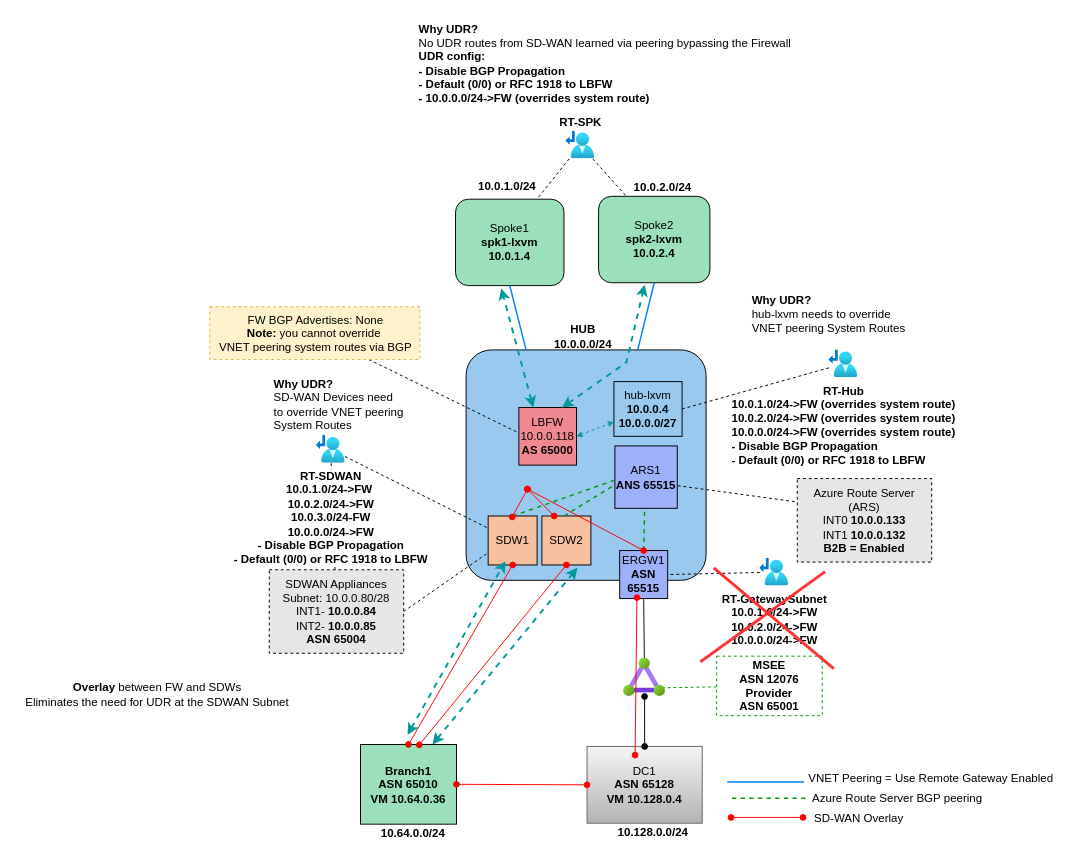
Before: page "Scenario2-ARS+UDR" (2 of 5) of sd-wan-inspection/diagram.drawio in dmauser/azure-hub-spoke, a draw.io diagram. Source tidied: cells renumbered, new cells numbered last; positions are measured from the earlier drawing's top-left corner, leaving out a move shared by most shapes. Both pictures are drawn from the tidied source at 96%, with x=0, y=0 at pixel (16, 16).
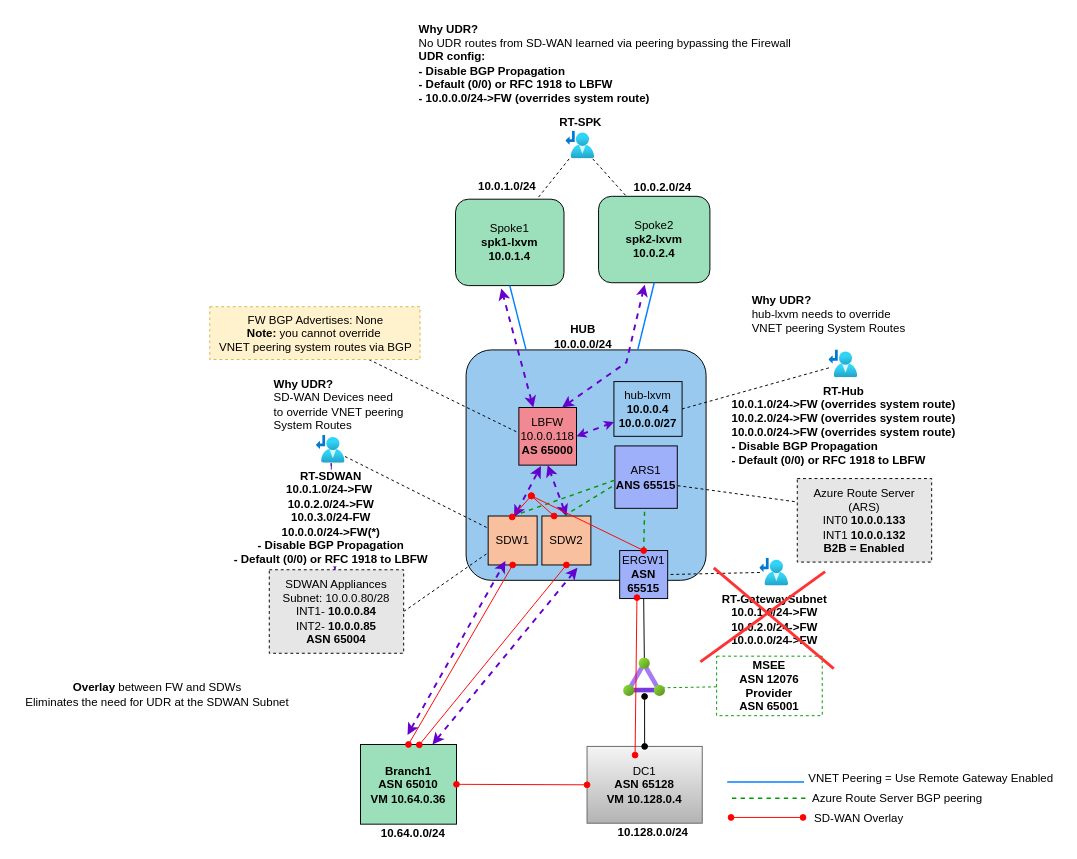
After the change.

Unchanged cells that the change refers to:
```xml
<mxCell id="3" value="Spoke1&lt;br&gt;&lt;b&gt;spk1-lxvm&lt;br&gt;10.0.1.4&lt;/b&gt;" style="rounded=1;whiteSpace=wrap;html=1;fillColor=#9BE0BA;" parent="1" vertex="1">
  <mxGeometry x="457" y="190" width="113" height="90" as="geometry" />
</mxCell>
<mxCell id="7" value="&lt;b&gt;Branch1&lt;br&gt;ASN 65010&lt;br&gt;VM 10.64.0.36&lt;br&gt;&lt;/b&gt;" style="rounded=0;whiteSpace=wrap;html=1;fillColor=#9BE0BA;" parent="1" vertex="1">
  <mxGeometry x="358" y="758" width="100" height="83" as="geometry" />
</mxCell>
<mxCell id="11" value="ERGW1&lt;br&gt;&lt;b&gt;ASN 65515&lt;/b&gt;" style="whiteSpace=wrap;html=1;fillStyle=auto;fillColor=#9FB0FA;" parent="1" vertex="1">
  <mxGeometry x="628" y="556" width="50" height="50" as="geometry" />
</mxCell>
<mxCell id="23" value="SDWAN Appliances&lt;br&gt;Subnet:&amp;nbsp;10.0.0.80/28&lt;br&gt;INT1-&amp;nbsp;&lt;b&gt;10.0.0.84&lt;br&gt;&lt;/b&gt;INT2-&amp;nbsp;&lt;b style=&quot;border-color: var(--border-color);&quot;&gt;10.0.0.85&lt;/b&gt;&lt;br&gt;&lt;b&gt;ASN 65004&lt;/b&gt;" style="text;html=1;strokeColor=default;fillColor=#E6E6E6;align=center;verticalAlign=middle;whiteSpace=wrap;rounded=0;dashed=1;" parent="1" vertex="1">
  <mxGeometry x="263" y="576" width="140" height="87" as="geometry" />
</mxCell>
<mxCell id="26" value="hub-lxvm&lt;br&gt;&lt;b&gt;10.0.0.4&lt;br&gt;10.0.0.0/27&lt;br&gt;&lt;/b&gt;" style="text;align=center;html=1;verticalAlign=middle;whiteSpace=wrap;rounded=0;fontSize=12;strokeColor=default;" parent="1" vertex="1">
  <mxGeometry x="622" y="380" width="71" height="57" as="geometry" />
</mxCell>
<mxCell id="30" value="SDW2" style="whiteSpace=wrap;html=1;fillColor=#F9C0A0;direction=south;" parent="1" vertex="1">
  <mxGeometry x="547" y="520" width="51" height="51" as="geometry" />
</mxCell>
<mxCell id="49" value="LBFW&lt;br&gt;10.0.0.118&lt;br&gt;&lt;b&gt;AS 65000&lt;/b&gt;" style="whiteSpace=wrap;html=1;gradientColor=none;fillStyle=auto;fillColor=#F18992;" parent="47" vertex="1">
  <mxGeometry x="523" y="407" width="60" height="60" as="geometry" />
</mxCell>
```

What changed in the source:
```diff
@@
-    <mxCell id="48" style="edgeStyle=none;hachureGap=4;html=1;exitX=1;exitY=0.5;exitDx=0;exitDy=0;strokeColor=#009999;strokeWidth=1;fontFamily=Helvetica;fontSize=11;rounded=0;startArrow=classic;dashed=1;startSize=4;endSize=4;jumpSize=4;" parent="47" edge="1" source="49" target="26">
+    <mxCell id="48" style="edgeStyle=none;hachureGap=4;html=1;exitX=1;exitY=0.5;exitDx=0;exitDy=0;strokeColor=#6600CC;strokeWidth=2;fontFamily=Helvetica;fontSize=11;rounded=0;startArrow=classic;dashed=1;startSize=4;endSize=4;jumpSize=4;" parent="47" edge="1" source="49" target="26">
       <mxGeometry relative="1" as="geometry" />
     </mxCell>
@@
-    <mxCell id="50" style="endArrow=classic;startArrow=classic;html=1;rounded=0;dashed=1;strokeWidth=2;exitX=0.25;exitY=0;exitDx=0;exitDy=0;strokeColor=#009999;entryX=0.422;entryY=1.033;entryDx=0;entryDy=0;entryPerimeter=0;" parent="47" edge="1" source="49" target="3">
+    <mxCell id="50" style="endArrow=classic;startArrow=classic;html=1;rounded=0;dashed=1;strokeWidth=2;exitX=0.25;exitY=0;exitDx=0;exitDy=0;strokeColor=#6600CC;entryX=0.422;entryY=1.033;entryDx=0;entryDy=0;entryPerimeter=0;" parent="47" edge="1" source="49" target="3">
       <mxGeometry relative="1" as="geometry" />
     </mxCell>
-    <mxCell id="51" style="endArrow=classic;startArrow=classic;html=1;rounded=0;dashed=1;strokeWidth=2;strokeColor=#009999;entryX=1;entryY=0.5;entryDx=0;entryDy=0;" parent="47" edge="1">
+    <mxCell id="51" style="endArrow=classic;startArrow=classic;html=1;rounded=0;dashed=1;strokeWidth=2;strokeColor=#6600CC;entryX=1;entryY=0.5;entryDx=0;entryDy=0;" parent="47" edge="1">
       <mxGeometry relative="1" as="geometry">
         <mxPoint x="407" y="748" as="sourcePoint" />
         <mxPoint x="509" y="567" as="targetPoint" />
       </mxGeometry>
     </mxCell>
-    <mxCell id="52" style="endArrow=classic;startArrow=classic;html=1;rounded=0;dashed=1;strokeWidth=2;strokeColor=#009999;exitX=0.75;exitY=0;exitDx=0;exitDy=0;" parent="47" edge="1" source="49">
+    <mxCell id="52" style="endArrow=classic;startArrow=classic;html=1;rounded=0;dashed=1;strokeWidth=2;strokeColor=#6600CC;exitX=0.75;exitY=0;exitDx=0;exitDy=0;" parent="47" edge="1" source="49">
       <mxGeometry relative="1" as="geometry">
         <mxPoint x="654" y="279" as="targetPoint" />
         <Array as="points">
           <mxPoint x="635" y="360" />
         </Array>
       </mxGeometry>
     </mxCell>
-    <mxCell id="53" style="endArrow=classic;startArrow=classic;html=1;rounded=0;dashed=1;strokeWidth=2;strokeColor=#009999;entryX=1;entryY=0.5;entryDx=0;entryDy=0;exitX=0.75;exitY=0;exitDx=0;exitDy=0;" parent="47" edge="1" source="7">
+    <mxCell id="53" style="endArrow=classic;startArrow=classic;html=1;rounded=0;dashed=1;strokeWidth=2;strokeColor=#6600CC;entryX=1;entryY=0.5;entryDx=0;entryDy=0;exitX=0.75;exitY=0;exitDx=0;exitDy=0;" parent="47" edge="1" source="7">
       <mxGeometry relative="1" as="geometry">
         <mxPoint x="584" y="574" as="targetPoint" />
       </mxGeometry>
     </mxCell>
+    <mxCell id="73" style="endArrow=classic;startArrow=classic;html=1;rounded=0;dashed=1;strokeWidth=2;strokeColor=#6600CC;" parent="47" edge="1">
+      <mxGeometry relative="1" as="geometry">
+        <mxPoint x="518" y="521" as="sourcePoint" />
+        <mxPoint x="546" y="468" as="targetPoint" />
+      </mxGeometry>
+    </mxCell>
+    <mxCell id="74" style="endArrow=classic;startArrow=classic;html=1;rounded=0;dashed=1;strokeWidth=2;strokeColor=#6600CC;exitX=0;exitY=0.5;exitDx=0;exitDy=0;entryX=0.5;entryY=1;entryDx=0;entryDy=0;" parent="47" edge="1" source="30" target="49">
+      <mxGeometry relative="1" as="geometry" />
+    </mxCell>
@@
+    <mxCell id="75" style="edgeStyle=none;html=1;strokeColor=#6600CC;" parent="54" edge="1" source="57" target="23">
+      <mxGeometry relative="1" as="geometry" />
+    </mxCell>
-    <mxCell id="57" value="RT-SDWAN&lt;br&gt;&lt;div style=&quot;&quot;&gt;10.0.1.0/24-&amp;gt;FW&amp;nbsp;&lt;/div&gt;&lt;span style=&quot;&quot;&gt;&lt;div style=&quot;&quot;&gt;10.0.2.0/24-&amp;gt;FW&lt;br&gt;&lt;/div&gt;&lt;div style=&quot;&quot;&gt;10.0.3.0/24-FW&lt;/div&gt;&lt;/span&gt;&lt;div style=&quot;&quot;&gt;10.0.0.0/24-&amp;gt;FW&lt;/div&gt;&lt;b style=&quot;border-color: var(--border-color);&quot;&gt;&lt;div style=&quot;&quot;&gt;&lt;b style=&quot;border-color: var(--border-color);&quot;&gt;- Disable BGP Propagation&lt;/b&gt;&lt;/div&gt;&lt;b style=&quot;border-color: var(--border-color);&quot;&gt;&lt;div style=&quot;&quot;&gt;&lt;b style=&quot;border-color: var(--border-color);&quot;&gt;&lt;b style=&quot;border-color: var(--border-color);&quot;&gt;- Default (0/0) or RFC 1918 to LBFW&lt;/b&gt;&lt;/b&gt;&lt;/div&gt;&lt;/b&gt;&lt;/b&gt;" style="html=1;points=[];align=center;image;fontSize=12;image=img/lib/azure2/networking/Route_Tables.svg;fontStyle=1;" parent="54" vertex="1">
+    <mxCell id="57" value="RT-SDWAN&lt;br&gt;&lt;div style=&quot;&quot;&gt;10.0.1.0/24-&amp;gt;FW&amp;nbsp;&lt;/div&gt;&lt;span style=&quot;&quot;&gt;&lt;div style=&quot;&quot;&gt;10.0.2.0/24-&amp;gt;FW&lt;br&gt;&lt;/div&gt;&lt;div style=&quot;&quot;&gt;10.0.3.0/24-FW&lt;/div&gt;&lt;/span&gt;&lt;div style=&quot;&quot;&gt;10.0.0.0/24-&amp;gt;FW(*)&lt;/div&gt;&lt;b style=&quot;border-color: var(--border-color);&quot;&gt;&lt;div style=&quot;&quot;&gt;&lt;b style=&quot;border-color: var(--border-color);&quot;&gt;- Disable BGP Propagation&lt;/b&gt;&lt;/div&gt;&lt;b style=&quot;border-color: var(--border-color);&quot;&gt;&lt;div style=&quot;&quot;&gt;&lt;b style=&quot;border-color: var(--border-color);&quot;&gt;&lt;b style=&quot;border-color: var(--border-color);&quot;&gt;- Default (0/0) or RFC 1918 to LBFW&lt;/b&gt;&lt;/b&gt;&lt;/div&gt;&lt;/b&gt;&lt;/b&gt;" style="html=1;points=[];align=center;image;fontSize=12;image=img/lib/azure2/networking/Route_Tables.svg;fontStyle=1;" parent="54" vertex="1">
       <mxGeometry x="312" y="436" width="29.9" height="29" as="geometry" />
     </mxCell>
@@
     <mxCell id="70" style="rounded=0;jettySize=auto;html=1;startArrow=oval;startFill=1;endArrow=oval;endFill=1;strokeColor=#FF0000;exitX=0.5;exitY=0;exitDx=0;exitDy=0;" parent="67" edge="1" source="11">
       <mxGeometry relative="1" as="geometry">
-        <mxPoint x="532" y="492" as="targetPoint" />
+        <mxPoint x="536" y="499" as="targetPoint" />
         <Array as="points">
-          <mxPoint x="532" y="492" />
+          <mxPoint x="536" y="499" />
         </Array>
       </mxGeometry>
     </mxCell>
     <mxCell id="71" style="rounded=0;orthogonalLoop=1;jettySize=auto;html=1;startArrow=oval;startFill=1;endArrow=oval;endFill=1;strokeColor=#FF0000;" parent="67" edge="1">
       <mxGeometry relative="1" as="geometry">
         <mxPoint x="516" y="521" as="sourcePoint" />
-        <mxPoint x="532" y="492" as="targetPoint" />
+        <mxPoint x="536" y="499" as="targetPoint" />
       </mxGeometry>
     </mxCell>
     <mxCell id="72" style="rounded=0;jettySize=auto;html=1;startArrow=oval;startFill=1;endArrow=oval;endFill=1;strokeColor=#FF0000;entryX=0;entryY=0.75;entryDx=0;entryDy=0;" parent="67" edge="1" target="30">
       <mxGeometry relative="1" as="geometry">
-        <mxPoint x="532" y="492" as="sourcePoint" />
+        <mxPoint x="536" y="499" as="sourcePoint" />
       </mxGeometry>
     </mxCell>
```
